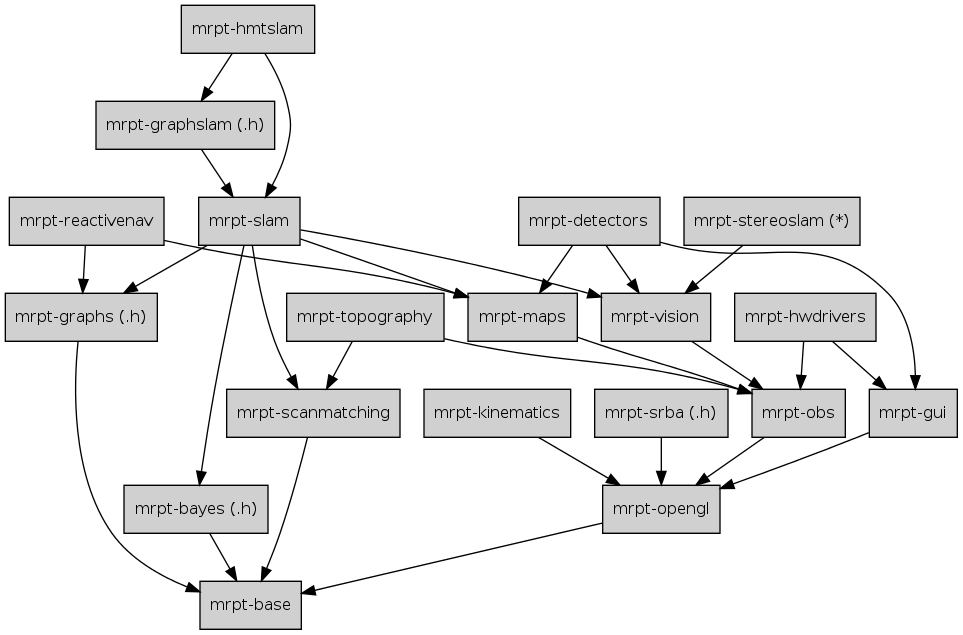
Before: doc/design_of_images/graph_mrpt_libs.png, a diagram exported from Graphviz (MRPT/mrpt). Its source is kept beside it as doc/design_of_images/graph_mrpt_libs.dot.
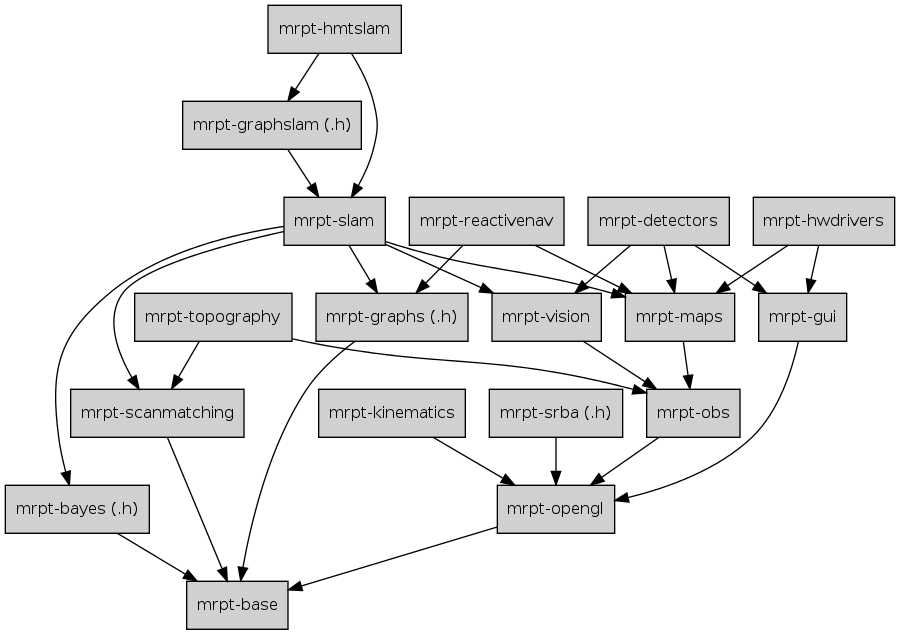
After the commit.

Commit message:
changes in the modules deps, so hwdrivers depend on maps (needed to cool rendering while grabbing from lasers)

The edit, as a diff of the source:
```diff
@@ -19,7 +19,6 @@
 
 	hmtslam		[label="mrpt-hmtslam",URL="group__mrpt__hmtslam__grp.html"];
 	reactivenav	[label="mrpt-reactivenav",URL="group__mrpt__reactivenav__grp.html"];
-	stereoslam	[label="mrpt-stereoslam (*)",URL="group__mrpt__stereoslam__grp.html"];
 
 	detectors	[label="mrpt-detectors",URL="group__mrpt__detectors__grp.html"];
 
@@ -43,7 +42,7 @@
 	gui -> opengl;
 
 	hwdrivers -> gui;
-	hwdrivers -> obs;
+	hwdrivers -> maps;
 
 	topography -> obs;
 	topography -> scanmatching;
@@ -68,8 +67,6 @@
 	hmtslam -> graphslam;
 
 
-	stereoslam -> vision;
-
 	reactivenav -> maps;
 	reactivenav -> graphs;
 }
```
